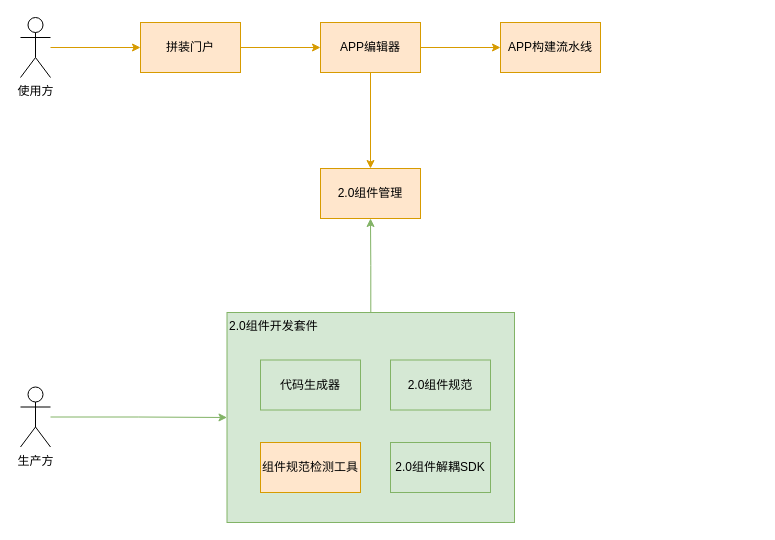
This is apf-appfactory-editor.drawio from kwhitestone/drawio, a draw.io file, before an edit. Source tidied: cells renumbered, new cells numbered last; positions are measured from the earlier drawing's top-left corner, leaving out a move shared by most shapes. Both pictures are drawn from the tidied source at 100%, with x=0, y=0 at pixel (20, 17).
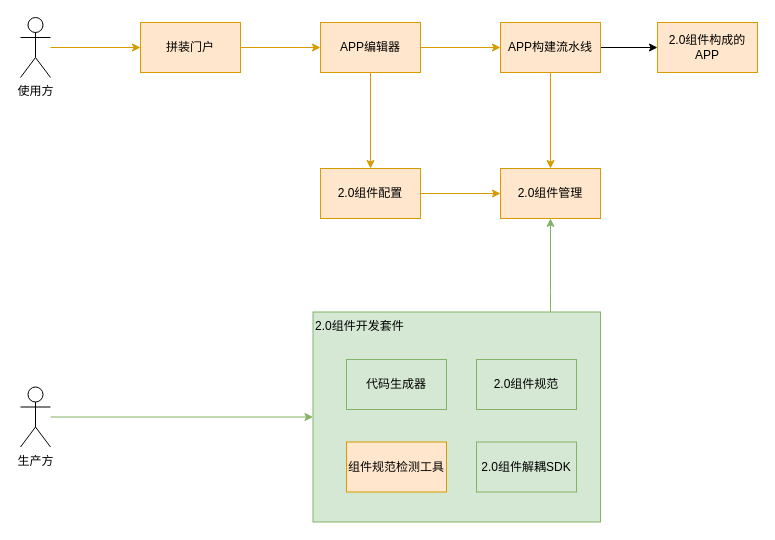
After the change.

Unchanged cells that the change refers to:
```xml
<mxCell id="10" value="APP构建流水线" style="rounded=0;whiteSpace=wrap;html=1;fillColor=#ffe6cc;strokeColor=#d79b00;" parent="1" vertex="1">
  <mxGeometry x="480" y="5" width="100" height="50" as="geometry" />
</mxCell>
```

Change to the diagram source:
```diff
@@
+    <mxCell id="19" style="edgeStyle=orthogonalEdgeStyle;rounded=0;jettySize=auto;html=1;entryX=0;entryY=0.5;entryDx=0;entryDy=0;fillColor=#ffe6cc;strokeColor=#d79b00;" parent="1" edge="1" source="9" target="22">
+      <mxGeometry relative="1" as="geometry" />
+    </mxCell>
-    <mxCell id="9" value="2.0组件管理" style="rounded=0;whiteSpace=wrap;html=1;fillColor=#ffe6cc;strokeColor=#d79b00;" parent="1" vertex="1">
+    <mxCell id="9" value="2.0组件配置" style="rounded=0;whiteSpace=wrap;html=1;fillColor=#ffe6cc;strokeColor=#d79b00;" parent="1" vertex="1">
       <mxGeometry x="300" y="151" width="100" height="50" as="geometry" />
     </mxCell>
+    <mxCell id="20" style="edgeStyle=orthogonalEdgeStyle;rounded=0;jettySize=auto;html=1;entryX=0.5;entryY=0;entryDx=0;entryDy=0;fillColor=#ffe6cc;strokeColor=#d79b00;" parent="1" edge="1" source="10" target="22">
+      <mxGeometry relative="1" as="geometry" />
+    </mxCell>
+    <mxCell id="21" style="edgeStyle=orthogonalEdgeStyle;rounded=0;jettySize=auto;html=1;entryX=0;entryY=0.5;entryDx=0;entryDy=0;" parent="1" edge="1" source="10" target="23">
+      <mxGeometry relative="1" as="geometry" />
+    </mxCell>
@@
-    <mxCell id="13" style="edgeStyle=orthogonalEdgeStyle;rounded=0;jettySize=auto;html=1;entryX=0.5;entryY=1;entryDx=0;entryDy=0;fillColor=#d5e8d4;strokeColor=#82b366;" parent="1" edge="1" source="14" target="9">
-      <mxGeometry relative="1" as="geometry" />
+    <mxCell id="13" style="edgeStyle=orthogonalEdgeStyle;rounded=0;jettySize=auto;html=1;entryX=0.5;entryY=1;entryDx=0;entryDy=0;fillColor=#d5e8d4;strokeColor=#82b366;" parent="1" edge="1" source="14" target="22">
+      <mxGeometry relative="1" as="geometry">
+        <Array as="points">
+          <mxPoint x="530" y="275" />
+          <mxPoint x="530" y="275" />
+        </Array>
+      </mxGeometry>
     </mxCell>
     <mxCell id="14" value="2.0组件开发套件" style="rounded=0;whiteSpace=wrap;html=1;align=left;verticalAlign=top;fillColor=#d5e8d4;strokeColor=#82b366;" parent="1" vertex="1">
-      <mxGeometry x="206.5" y="295" width="287.5" height="210" as="geometry" />
+      <mxGeometry x="292.5" y="294.5" width="287.5" height="210" as="geometry" />
     </mxCell>
     <mxCell id="15" value="代码生成器" style="rounded=0;whiteSpace=wrap;html=1;fillColor=#d5e8d4;strokeColor=#82b366;" parent="1" vertex="1">
-      <mxGeometry x="240" y="342.5" width="100" height="50" as="geometry" />
+      <mxGeometry x="326" y="342" width="100" height="50" as="geometry" />
     </mxCell>
     <mxCell id="16" value="2.0组件规范" style="rounded=0;whiteSpace=wrap;html=1;fillColor=#d5e8d4;strokeColor=#82b366;" parent="1" vertex="1">
-      <mxGeometry x="370" y="342.5" width="100" height="50" as="geometry" />
+      <mxGeometry x="456" y="342" width="100" height="50" as="geometry" />
     </mxCell>
     <mxCell id="17" value="组件规范检测工具" style="rounded=0;whiteSpace=wrap;html=1;fillColor=#ffe6cc;strokeColor=#d79b00;" parent="1" vertex="1">
-      <mxGeometry x="240" y="425" width="100" height="50" as="geometry" />
+      <mxGeometry x="326" y="424.5" width="100" height="50" as="geometry" />
     </mxCell>
     <mxCell id="18" value="2.0组件解耦SDK" style="rounded=0;whiteSpace=wrap;html=1;fillColor=#d5e8d4;strokeColor=#82b366;" parent="1" vertex="1">
-      <mxGeometry x="370" y="425" width="100" height="50" as="geometry" />
+      <mxGeometry x="456" y="424.5" width="100" height="50" as="geometry" />
     </mxCell>
+    <mxCell id="22" value="2.0组件管理" style="rounded=0;whiteSpace=wrap;html=1;fillColor=#ffe6cc;strokeColor=#d79b00;" parent="1" vertex="1">
+      <mxGeometry x="480" y="151" width="100" height="50" as="geometry" />
+    </mxCell>
+    <mxCell id="23" value="2.0组件构成的APP" style="rounded=0;whiteSpace=wrap;html=1;fillColor=#ffe6cc;strokeColor=#d79b00;" parent="1" vertex="1">
+      <mxGeometry x="637" y="5" width="100" height="50" as="geometry" />
+    </mxCell>
```
